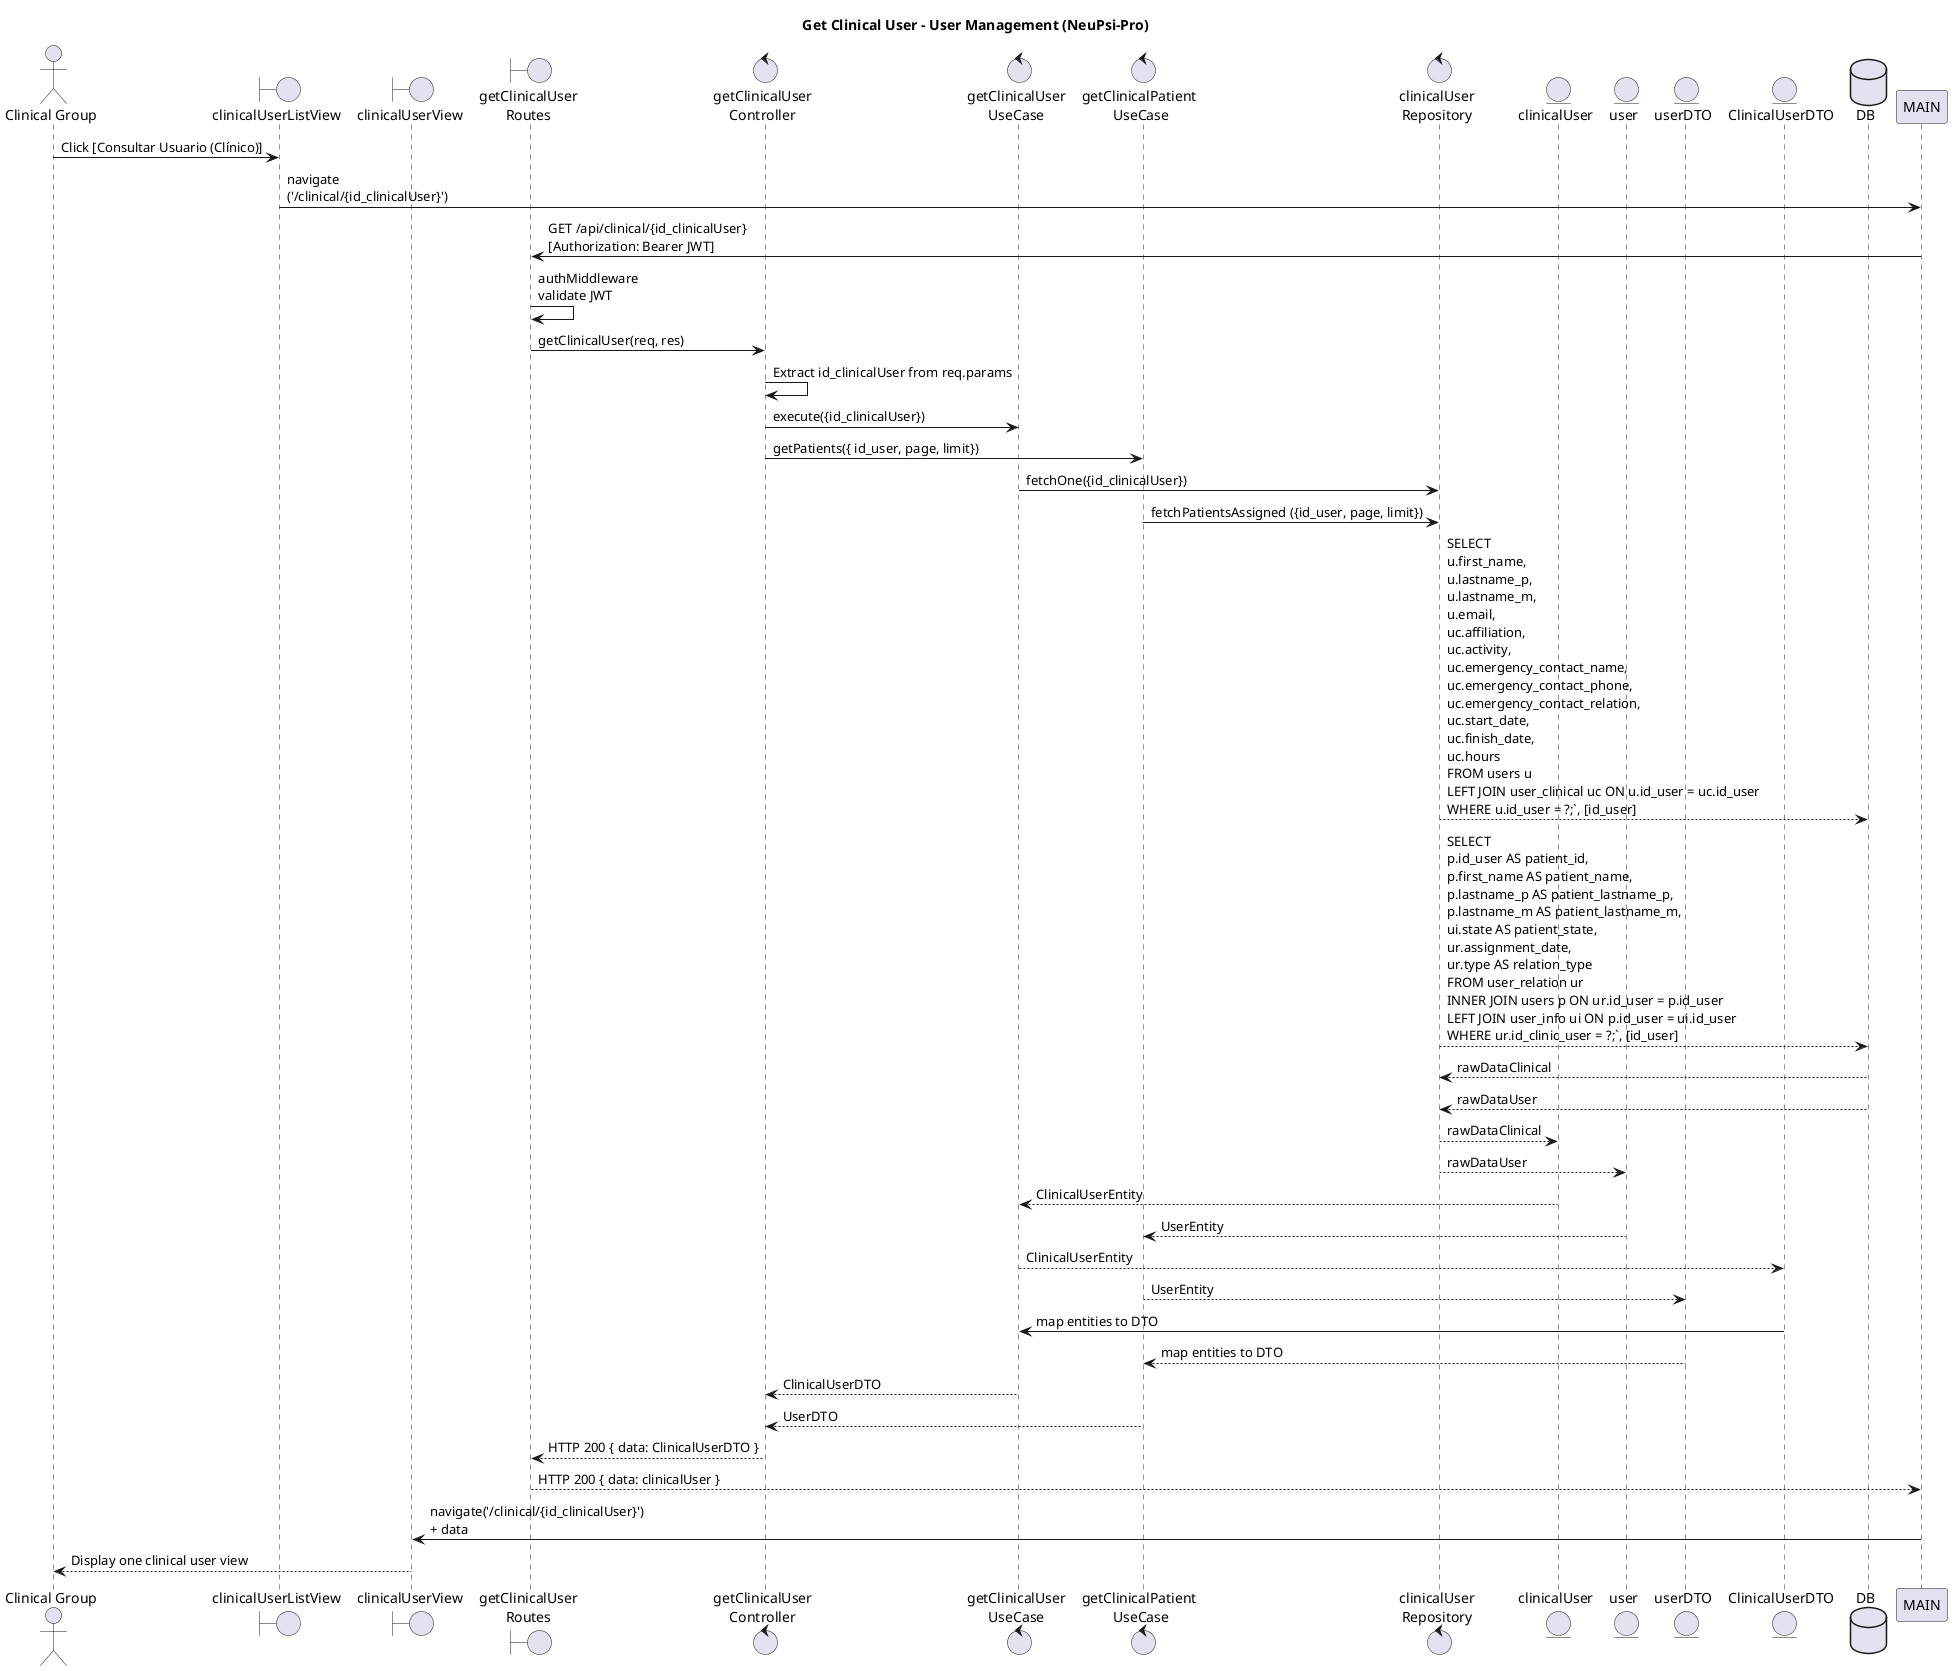
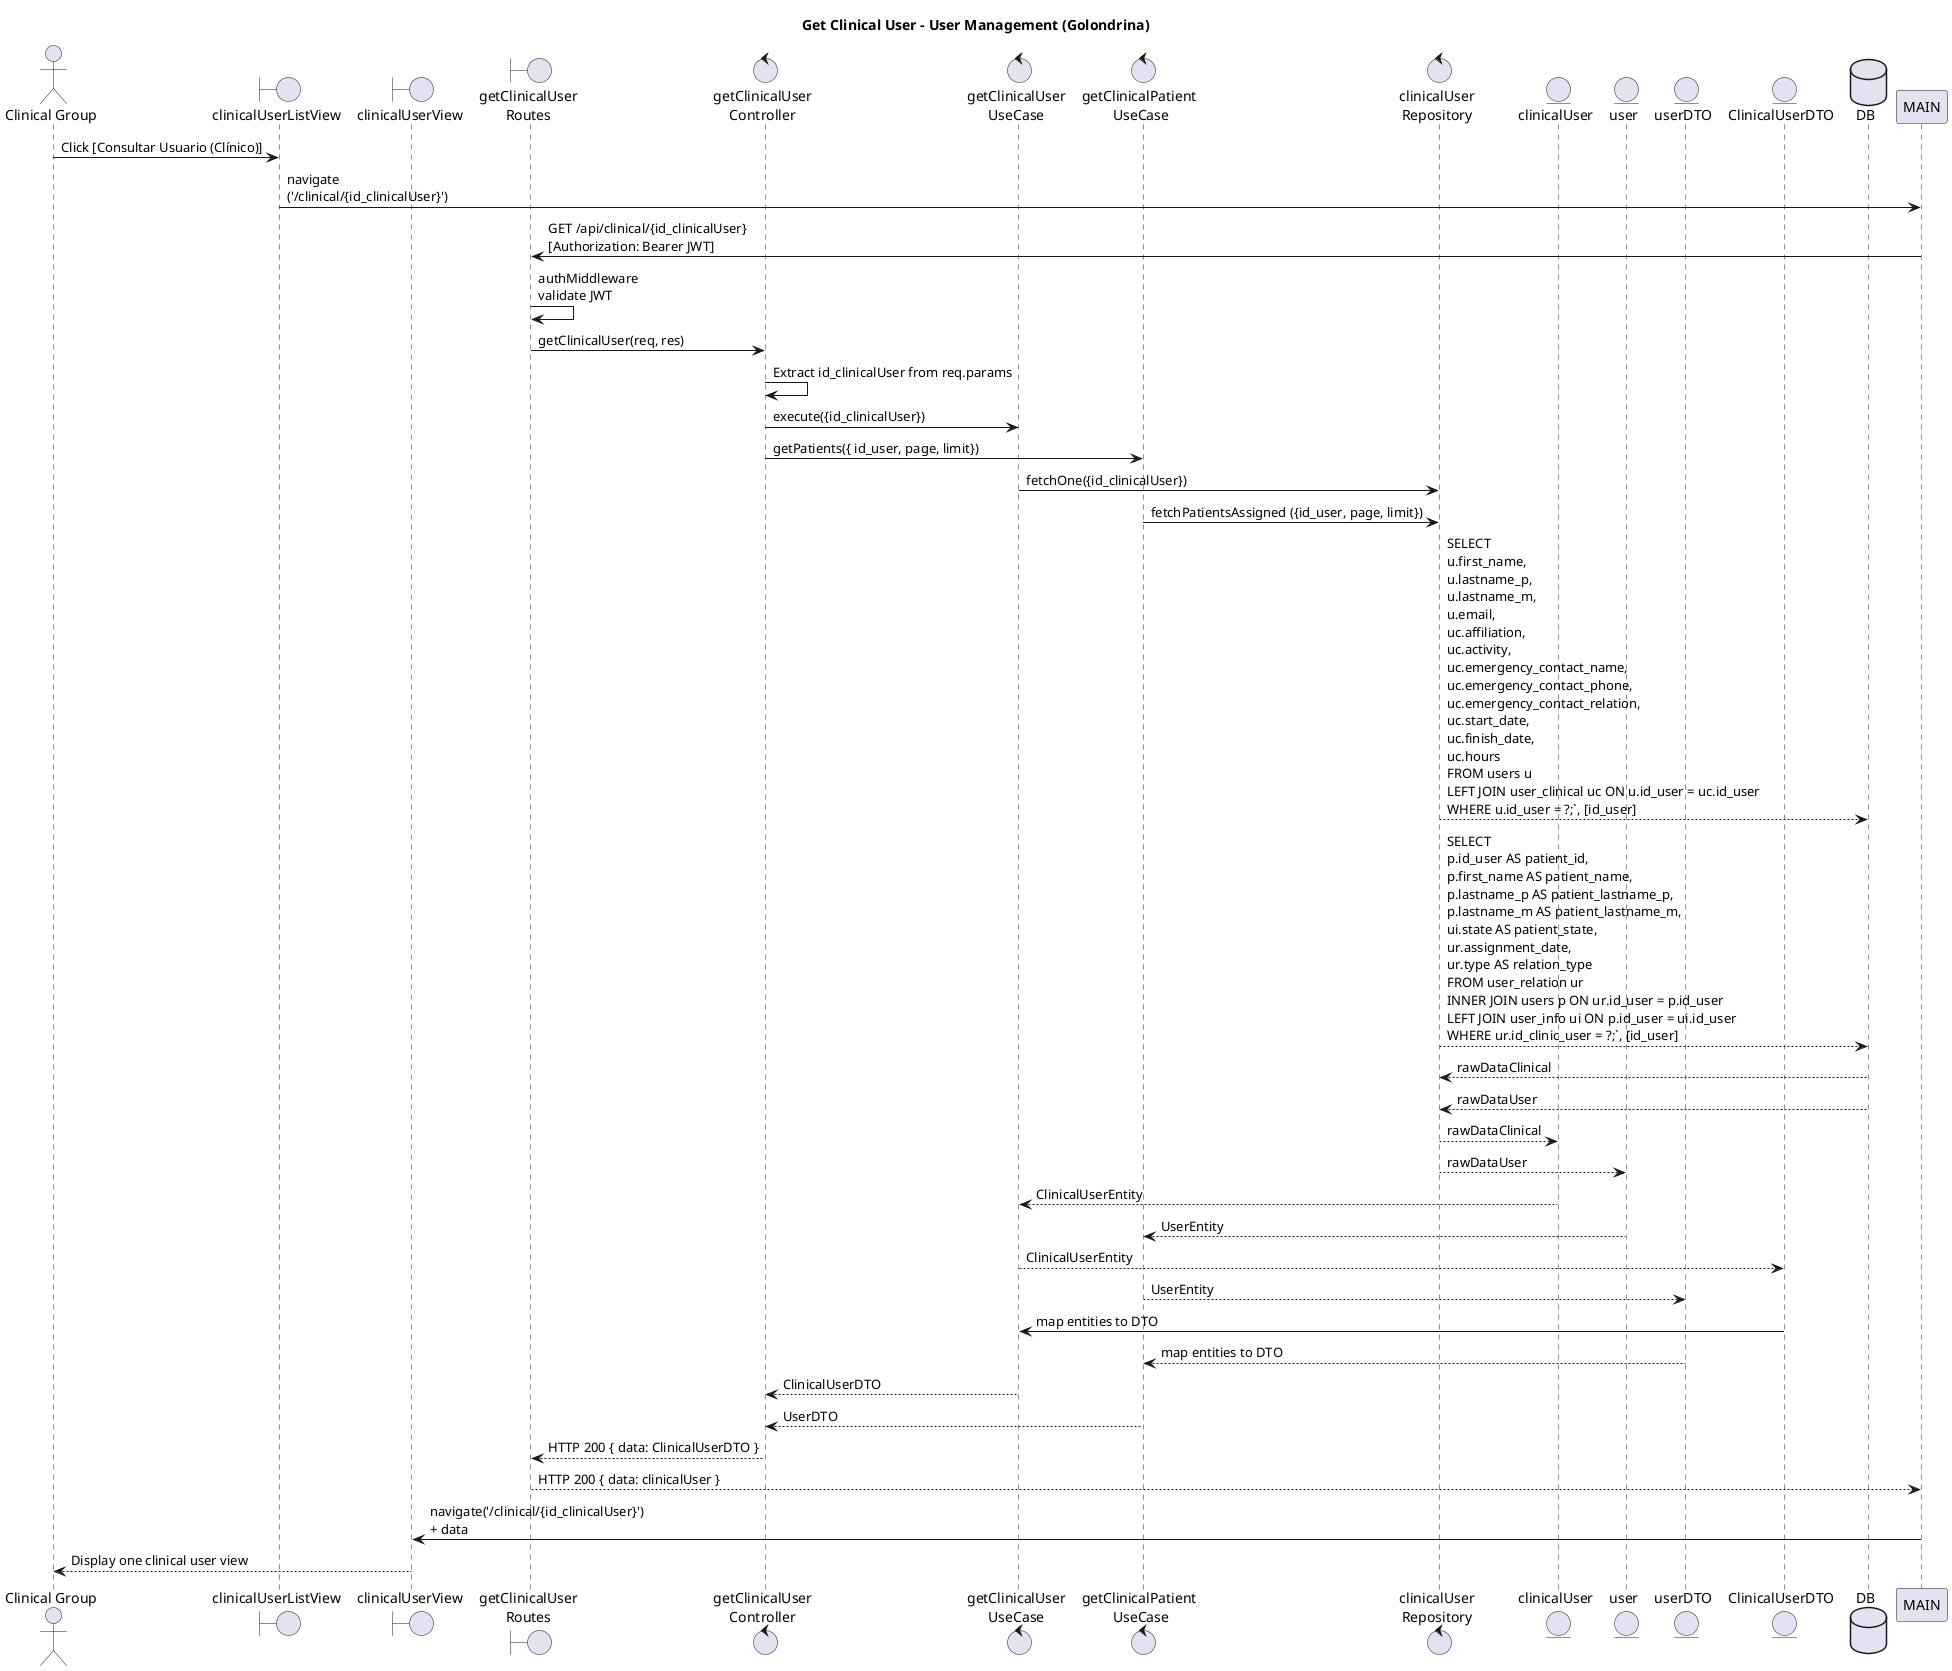
@startuml GU05 Get-Clinical-User

- title Get Clinical User - User Management (NeuPsi-Pro)
+ title Get Clinical User - User Management (Golondrina)

actor "Clinical Group" as CG

boundary "clinicalUserListView" as VUsers
boundary "clinicalUserView" as VOne
boundary "getClinicalUser\nRoutes" as ROUTE
control "getClinicalUser\nController" as CTRL
control "getClinicalUser\nUseCase" as UC
control "getClinicalPatient \nUseCase" as 2UC
control "clinicalUser\nRepository" as REPO
entity "clinicalUser" as ENT
entity "user" as UENT
entity "userDTO" as UDTO
entity "ClinicalUserDTO" as DTO
database DB

CG -> VUsers : Click [Consultar Usuario (Clínico)]
VUsers -> MAIN : navigate\n('/clinical/{id_clinicalUser}')

MAIN -> ROUTE : GET /api/clinical/{id_clinicalUser}\n[Authorization: Bearer JWT]

ROUTE -> ROUTE : authMiddleware\nvalidate JWT
ROUTE -> CTRL : getClinicalUser(req, res)

CTRL -> CTRL : Extract id_clinicalUser from req.params

CTRL -> UC : execute({id_clinicalUser})
CTRL -> 2UC : getPatients({ id_user, page, limit})

UC -> REPO : fetchOne({id_clinicalUser})
2UC -> REPO : fetchPatientsAssigned ({id_user, page, limit})

REPO --> DB : SELECT \nu.first_name, \nu.lastname_p, \nu.lastname_m, \nu.email, \nuc.affiliation, \nuc.activity, \nuc.emergency_contact_name, \nuc.emergency_contact_phone, \nuc.emergency_contact_relation, \nuc.start_date, \nuc.finish_date, \nuc.hours \nFROM users u \nLEFT JOIN user_clinical uc ON u.id_user = uc.id_user \nWHERE u.id_user = ?;`, [id_user]
REPO --> DB : SELECT \np.id_user AS patient_id, \np.first_name AS patient_name, \np.lastname_p AS patient_lastname_p, \np.lastname_m AS patient_lastname_m, \nui.state AS patient_state, \nur.assignment_date, \nur.type AS relation_type \nFROM user_relation ur \nINNER JOIN users p ON ur.id_user = p.id_user \nLEFT JOIN user_info ui ON p.id_user = ui.id_user \nWHERE ur.id_clinic_user = ?;`, [id_user]

DB --> REPO : rawDataClinical
DB --> REPO : rawDataUser

REPO --> ENT : rawDataClinical
REPO --> UENT : rawDataUser


ENT --> UC : ClinicalUserEntity
UENT --> 2UC : UserEntity

UC --> DTO : ClinicalUserEntity
2UC --> UDTO : UserEntity

DTO -> UC : map entities to DTO
UDTO --> 2UC : map entities to DTO

UC --> CTRL : ClinicalUserDTO
2UC --> CTRL : UserDTO

CTRL --> ROUTE : HTTP 200 { data: ClinicalUserDTO }

ROUTE --> MAIN : HTTP 200 { data: clinicalUser }

MAIN -> VOne : navigate('/clinical/{id_clinicalUser}')\n+ data

VOne --> CG : Display one clinical user view

@enduml